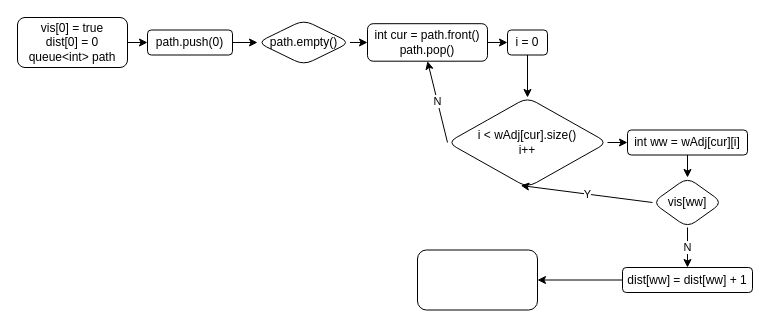
Before: page "bfs" (2 of 2) of c++/cccPractice/problems/senior/2021/design/s4.dio in andrew-canada/gomoku, a draw.io diagram. Source tidied: cells renumbered, new cells numbered last; positions are measured from the earlier drawing's top-left corner, leaving out a move shared by most shapes. Both pictures are drawn from the tidied source at 100%, with x=0, y=0 at pixel (17, 17).
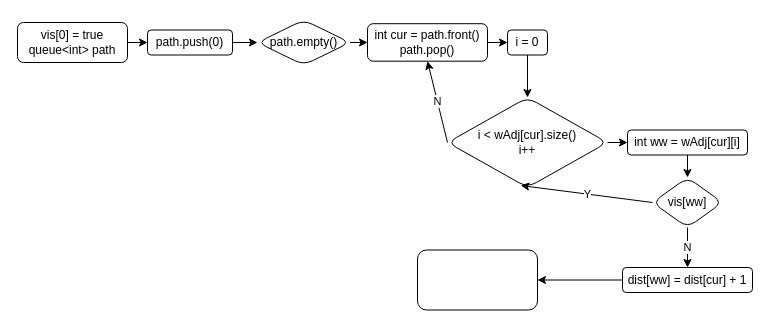
After the change.

What changed in the source:
```diff
@@
-    <mxCell id="3" value="vis[0] = true&lt;br&gt;dist[0] = 0&lt;br&gt;queue&amp;lt;int&amp;gt; path" style="rounded=1;whiteSpace=wrap;html=1;" parent="1" vertex="1">
-      <mxGeometry width="110" height="50" as="geometry" />
+    <mxCell id="3" value="vis[0] = true&lt;br&gt;queue&amp;lt;int&amp;gt; path" style="rounded=1;whiteSpace=wrap;html=1;" parent="1" vertex="1">
+      <mxGeometry y="5" width="110" height="40" as="geometry" />
     </mxCell>
@@
-    <mxCell id="21" value="dist[ww] = dist[ww] + 1" style="whiteSpace=wrap;html=1;rounded=1;" parent="1" vertex="1">
+    <mxCell id="21" value="dist[ww] = dist[cur] + 1" style="whiteSpace=wrap;html=1;rounded=1;" parent="1" vertex="1">
       <mxGeometry x="605" y="250" width="130" height="25" as="geometry" />
     </mxCell>
```
